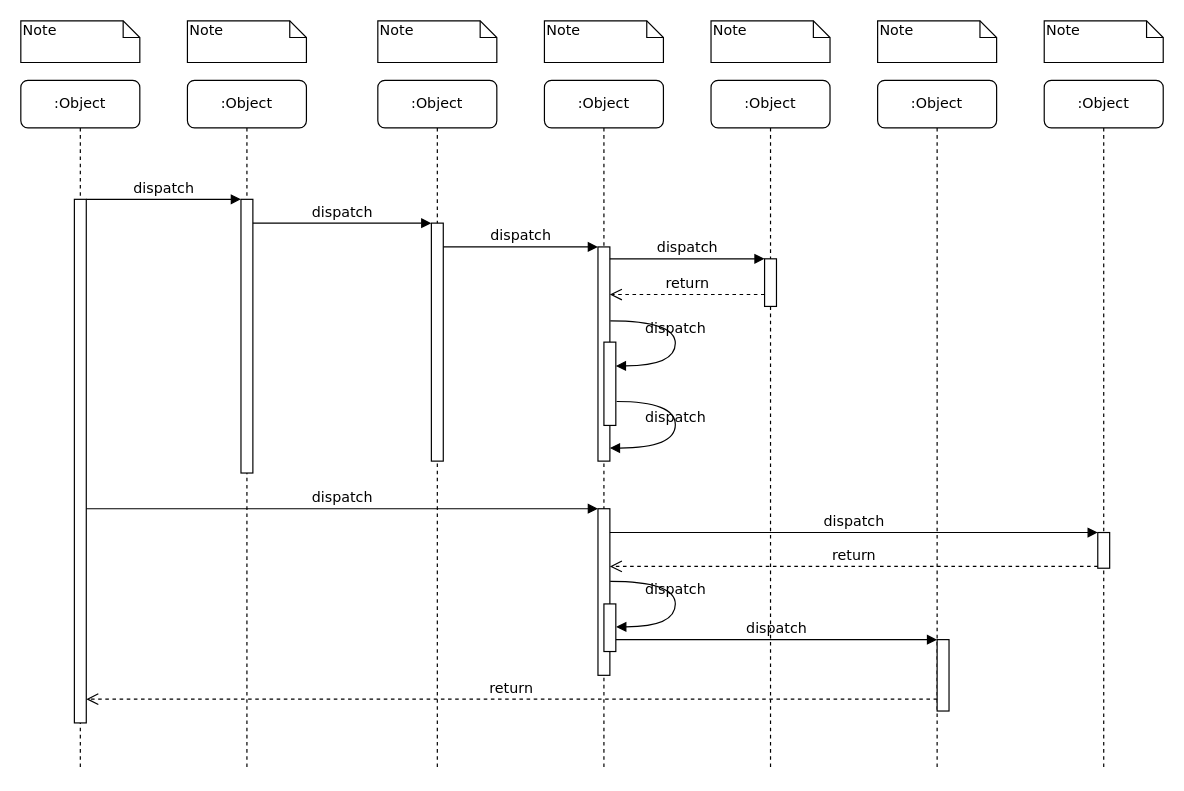
This is Untitled Diagram.drawio from zjweiss/zjweiss, a draw.io file, before an edit. Source tidied: cells renumbered, new cells numbered last; positions are measured from the earlier drawing's top-left corner, leaving out a move shared by most shapes. Both pictures are drawn from the tidied source at 119%, with x=0, y=0 at pixel (20, 20).
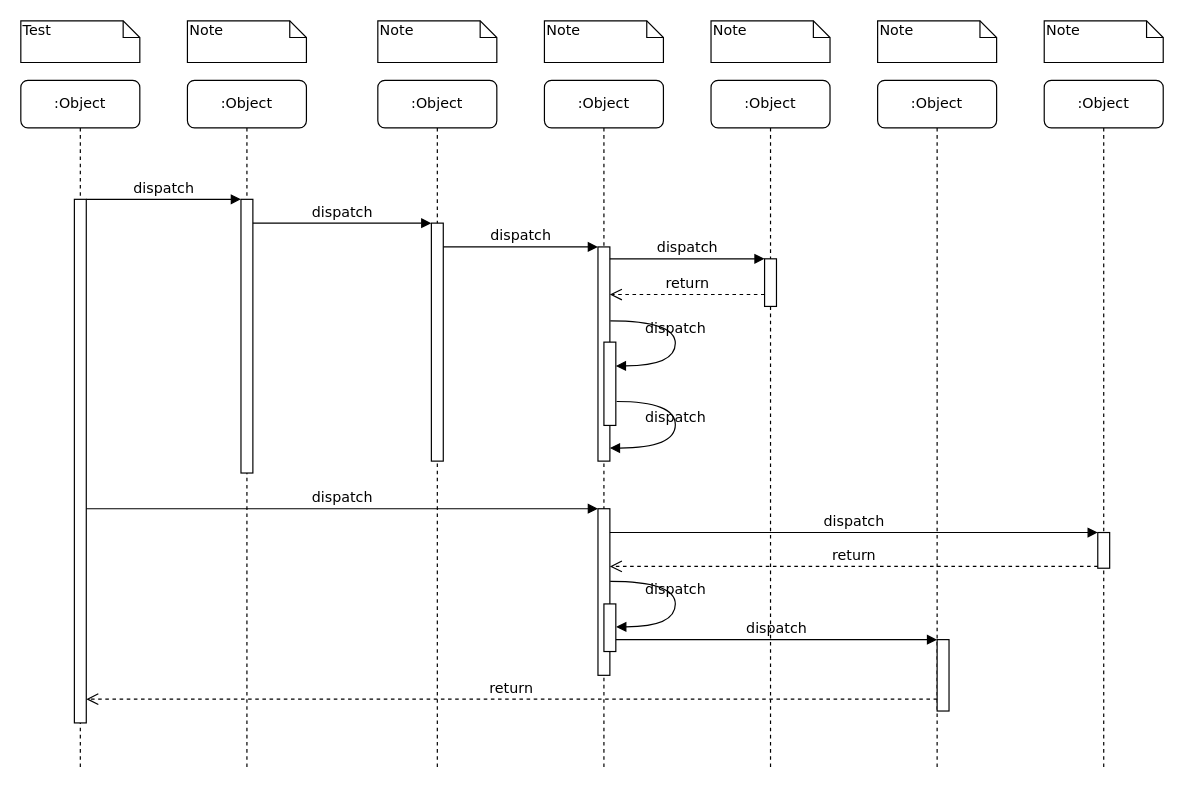
Above is the later version.

The edit, as a diff of the source:
```diff
@@
-    <mxCell id="32" value="Note" style="shape=note;whiteSpace=wrap;html=1;size=14;verticalAlign=top;align=left;spacingTop=-6;rounded=0;shadow=0;comic=0;labelBackgroundColor=none;strokeWidth=1;fontFamily=Verdana;fontSize=12;" parent="1" vertex="1">
+    <mxCell id="32" value="Test&lt;br&gt;" style="shape=note;whiteSpace=wrap;html=1;size=14;verticalAlign=top;align=left;spacingTop=-6;rounded=0;shadow=0;comic=0;labelBackgroundColor=none;strokeWidth=1;fontFamily=Verdana;fontSize=12;" parent="1" vertex="1">
       <mxGeometry width="100" height="35" as="geometry" />
     </mxCell>
```
